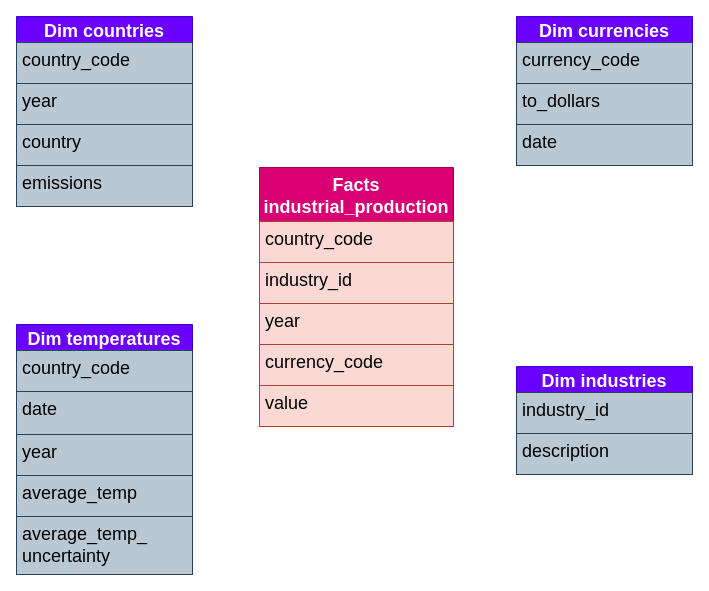
Before: schema.drawio in Sondar4/Climate-Change-Analytics, a draw.io diagram. Source tidied: cells renumbered, new cells numbered last; positions are measured from the earlier drawing's top-left corner, leaving out a move shared by most shapes. Both pictures are drawn from the tidied source at 100%, with x=0, y=0 at pixel (16, 16).
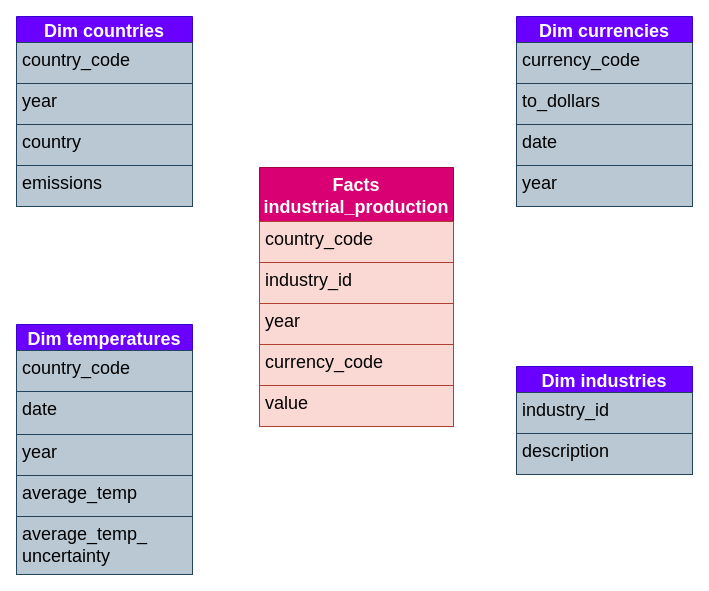
The same diagram, later.

Change to the diagram source:
```diff
@@
+    <mxCell id="27" value="year" style="text;align=left;verticalAlign=top;spacingLeft=4;spacingRight=4;overflow=hidden;fontSize=18;fillColor=#bac8d3;strokeColor=#23445d;fontColor=#000000;" parent="1" vertex="1">
+      <mxGeometry x="500" y="149" width="176" height="41" as="geometry" />
+    </mxCell>
```
